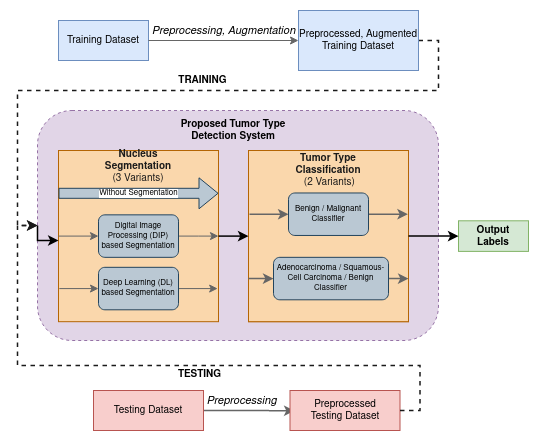
Earlier version of the draw.io export figures/DrawIO/GraphicalAbstract.drawio.png (karthik-d/lung-tumor-classification). Source tidied: cells renumbered, new cells last; positions are measured from the earlier drawing's top-left corner, leaving out a move shared by most shapes. The source it was exported from:
```xml
<mxGraphModel>
  <root>
    <mxCell id="0" />
    <mxCell id="1" parent="0" />
    <mxCell id="2" style="rounded=1;whiteSpace=wrap;html=1;labelBackgroundColor=none;fontFamily=Helvetica;fontSize=10;dashed=1;fillColor=#e1d5e7;strokeColor=#9673a6;" parent="1" vertex="1">
      <mxGeometry y="100" width="401" height="230" as="geometry" />
    </mxCell>
    <mxCell id="3" value="&lt;p style=&quot;line-height: 0.6; font-size: 10px;&quot;&gt;&lt;font style=&quot;font-size: 10px;&quot;&gt;Training Dataset&lt;br style=&quot;font-size: 10px;&quot;&gt;&lt;/font&gt;&lt;/p&gt;" style="rounded=0;whiteSpace=wrap;html=1;fontFamily=Helvetica;fontSize=10;fillColor=#dae8fc;strokeColor=#6c8ebf;" parent="1" vertex="1">
      <mxGeometry x="21" y="10" width="90" height="40" as="geometry" />
    </mxCell>
    <mxCell id="4" style="edgeStyle=orthogonalEdgeStyle;rounded=0;jettySize=auto;html=1;exitX=1;exitY=0.5;exitDx=0;exitDy=0;entryX=0;entryY=0.5;entryDx=0;entryDy=0;fontFamily=Helvetica;fontSize=10;fontColor=#000000;startArrow=none;startFill=0;endArrow=classic;endFill=1;strokeWidth=1.5;dashed=1;strokeColor=#1A1A1A;" parent="1" edge="1" source="6" target="2">
      <mxGeometry relative="1" as="geometry" />
    </mxCell>
    <mxCell id="5" value="&lt;font style=&quot;font-size: 10px&quot;&gt;TRAINING&lt;/font&gt;" style="edgeLabel;html=1;align=center;verticalAlign=middle;fontSize=10;fontFamily=Helvetica;fontColor=default;fontStyle=1;" parent="4" vertex="1">
      <mxGeometry x="-0.34" y="3" relative="1" as="geometry">
        <mxPoint x="-93" y="-13" as="offset" />
      </mxGeometry>
    </mxCell>
    <mxCell id="6" value="Preprocessed, Augmented Training Dataset" style="rounded=0;whiteSpace=wrap;html=1;fontFamily=Helvetica;fontSize=10;fillColor=#dae8fc;strokeColor=#6c8ebf;" parent="1" vertex="1">
      <mxGeometry x="261" width="120" height="60" as="geometry" />
    </mxCell>
    <mxCell id="7" style="edgeStyle=orthogonalEdgeStyle;rounded=0;jettySize=auto;html=1;fontFamily=Georgia;fontSize=6;fillColor=#f5f5f5;strokeColor=#666666;" parent="1" edge="1" source="3" target="6">
      <mxGeometry relative="1" as="geometry" />
    </mxCell>
    <mxCell id="8" style="edgeStyle=orthogonalEdgeStyle;rounded=0;jettySize=auto;html=1;exitX=1;exitY=0.5;exitDx=0;exitDy=0;entryX=1;entryY=0.5;entryDx=0;entryDy=0;fontFamily=Helvetica;fontSize=10;fillColor=#f5f5f5;strokeColor=#666666;" parent="1" edge="1" source="30">
      <mxGeometry relative="1" as="geometry">
        <mxPoint x="350" y="190" as="targetPoint" />
        <Array as="points">
          <mxPoint x="330" y="190.4" />
          <mxPoint x="370" y="189.4" />
        </Array>
      </mxGeometry>
    </mxCell>
    <mxCell id="9" style="edgeStyle=orthogonalEdgeStyle;rounded=0;jettySize=auto;html=1;exitX=1;exitY=0.5;exitDx=0;exitDy=0;entryX=1;entryY=0.5;entryDx=0;entryDy=0;fontFamily=Helvetica;fontSize=10;fillColor=#f5f5f5;strokeColor=#666666;" parent="1" edge="1" source="33">
      <mxGeometry relative="1" as="geometry">
        <mxPoint x="350" y="250.6" as="targetPoint" />
        <Array as="points">
          <mxPoint x="330" y="251" />
          <mxPoint x="370" y="250" />
        </Array>
      </mxGeometry>
    </mxCell>
    <mxCell id="10" value="&lt;div&gt;&lt;font&gt;&lt;b&gt;Output&lt;/b&gt;&lt;/font&gt;&lt;/div&gt;&lt;div&gt;&lt;font&gt;&lt;b&gt;Labels&lt;/b&gt;&lt;/font&gt;&lt;/div&gt;" style="rounded=0;whiteSpace=wrap;html=1;fontFamily=Helvetica;fontSize=10;fillColor=#d5e8d4;strokeColor=#82b366;fontColor=#000000;" parent="1" vertex="1">
      <mxGeometry x="421" y="210.3" width="70" height="30.6" as="geometry" />
    </mxCell>
    <mxCell id="11" value="&lt;font style=&quot;font-size: 11px&quot;&gt;&lt;i&gt;Preprocessing&lt;/i&gt;&lt;/font&gt;" style="edgeStyle=orthogonalEdgeStyle;rounded=0;jettySize=auto;html=1;fontFamily=Helvetica;fontSize=10;fontColor=default;startArrow=none;startFill=0;endArrow=classic;endFill=1;strokeColor=#666666;strokeWidth=1.5;exitX=1;exitY=0.5;exitDx=0;exitDy=0;" parent="1" edge="1" source="12">
      <mxGeometry x="-0.18" y="10" relative="1" as="geometry">
        <mxPoint x="257" y="400.3" as="targetPoint" />
      </mxGeometry>
    </mxCell>
    <mxCell id="12" value="Testing Dataset" style="rounded=0;whiteSpace=wrap;html=1;fontFamily=Helvetica;fontSize=10;fillColor=#f8cecc;strokeColor=#b85450;" parent="1" vertex="1">
      <mxGeometry x="56" y="380" width="110" height="40" as="geometry" />
    </mxCell>
    <mxCell id="13" value="&lt;b&gt;Proposed Tumor Type Detection System&lt;/b&gt;" style="text;html=1;strokeColor=none;fillColor=none;align=center;verticalAlign=middle;whiteSpace=wrap;rounded=0;dashed=1;labelBackgroundColor=none;fontFamily=Helvetica;fontSize=10;fontColor=#000000;" parent="1" vertex="1">
      <mxGeometry x="132.5" y="100" width="128.5" height="40" as="geometry" />
    </mxCell>
    <mxCell id="14" value="&lt;font style=&quot;font-size: 11px&quot;&gt;&lt;i&gt;Preprocessing, Augmentation&lt;/i&gt;&lt;/font&gt;" style="text;html=1;align=center;verticalAlign=middle;strokeColor=none;fillColor=none;fontSize=10;fontFamily=Helvetica;fontColor=#000000;" parent="1" vertex="1">
      <mxGeometry x="106" y="10" width="160" height="20" as="geometry" />
    </mxCell>
    <mxCell id="15" style="group;" parent="1" vertex="1">
      <mxGeometry x="21" y="140" width="180" height="171.2" as="geometry" />
    </mxCell>
    <mxCell id="16" style="rounded=0;whiteSpace=wrap;html=1;fontFamily=Georgia;fontSize=6;fillColor=#fad7ac;strokeColor=#b46504;" parent="15" vertex="1">
      <mxGeometry width="160" height="171.2" as="geometry" />
    </mxCell>
    <mxCell id="17" value="Without Segmentation" style="shape=flexArrow;endArrow=classic;html=1;rounded=0;fontFamily=Helvetica;fontSize=8;exitX=0;exitY=0.25;exitDx=0;exitDy=0;entryX=1;entryY=0.25;entryDx=0;entryDy=0;fillColor=#bac8d3;strokeColor=#23445d;" parent="15" edge="1" source="16" target="16">
      <mxGeometry relative="1" as="geometry" />
    </mxCell>
    <mxCell id="18" style="edgeStyle=orthogonalEdgeStyle;rounded=0;jettySize=auto;html=1;exitX=1;exitY=0.5;exitDx=0;exitDy=0;entryX=1;entryY=0.5;entryDx=0;entryDy=0;fontFamily=Helvetica;fontSize=10;fillColor=#f5f5f5;strokeColor=#666666;" parent="15" edge="1" source="19" target="16">
      <mxGeometry relative="1" as="geometry">
        <Array as="points">
          <mxPoint x="140" y="86" />
          <mxPoint x="180" y="85" />
        </Array>
      </mxGeometry>
    </mxCell>
    <mxCell id="19" value="Digital Image Processing (DIP) based Segmentation" style="rounded=1;whiteSpace=wrap;html=1;labelBackgroundColor=none;fontFamily=Helvetica;fontSize=8;fillColor=#bac8d3;strokeColor=#23445d;" parent="15" vertex="1">
      <mxGeometry x="40" y="64.3" width="80" height="42.5" as="geometry" />
    </mxCell>
    <mxCell id="20" style="edgeStyle=orthogonalEdgeStyle;rounded=0;jettySize=auto;html=1;exitX=1;exitY=0.5;exitDx=0;exitDy=0;entryX=0.995;entryY=0.808;entryDx=0;entryDy=0;entryPerimeter=0;fontFamily=Helvetica;fontSize=10;fillColor=#f5f5f5;strokeColor=#666666;" parent="15" edge="1" source="22" target="16">
      <mxGeometry relative="1" as="geometry" />
    </mxCell>
    <mxCell id="21" style="edgeStyle=orthogonalEdgeStyle;rounded=0;jettySize=auto;html=1;exitX=0;exitY=0.5;exitDx=0;exitDy=0;entryX=0.005;entryY=0.801;entryDx=0;entryDy=0;entryPerimeter=0;fontFamily=Helvetica;fontSize=10;endArrow=none;endFill=0;startArrow=classic;startFill=1;fillColor=#f5f5f5;strokeColor=#666666;" parent="15" edge="1" source="22" target="16">
      <mxGeometry relative="1" as="geometry" />
    </mxCell>
    <mxCell id="22" value="Deep Learning (DL) based Segmentation" style="rounded=1;whiteSpace=wrap;html=1;labelBackgroundColor=none;fontFamily=Helvetica;fontSize=8;fillColor=#bac8d3;strokeColor=#23445d;" parent="15" vertex="1">
      <mxGeometry x="40" y="116.8" width="80" height="42.5" as="geometry" />
    </mxCell>
    <mxCell id="23" value="&lt;div&gt;&lt;b&gt;Nucleus Segmentation&lt;/b&gt;&lt;/div&gt;(3 Variants)" style="text;html=1;strokeColor=none;fillColor=none;align=center;verticalAlign=middle;whiteSpace=wrap;rounded=0;labelBackgroundColor=none;fontFamily=Helvetica;fontSize=10;fontColor=#1A1A1A;" parent="15" vertex="1">
      <mxGeometry x="50" width="60" height="31.9" as="geometry" />
    </mxCell>
    <mxCell id="24" style="endArrow=classic;html=1;rounded=0;fontFamily=Helvetica;fontSize=10;exitX=0;exitY=0.5;exitDx=0;exitDy=0;entryX=0;entryY=0.5;entryDx=0;entryDy=0;fillColor=#f5f5f5;strokeColor=#666666;" parent="15" edge="1" source="16" target="19">
      <mxGeometry relative="1" as="geometry" />
    </mxCell>
    <mxCell id="25" style="group;fillColor=#fad7ac;strokeColor=#b46504;fontColor=#1A1A1A;" parent="1" vertex="1">
      <mxGeometry x="211" y="140" width="160" height="171.2" as="geometry" />
    </mxCell>
    <mxCell id="26" style="rounded=0;whiteSpace=wrap;html=1;fontFamily=Georgia;fontSize=6;fillColor=#fad7ac;strokeColor=#b46504;" parent="25" vertex="1">
      <mxGeometry width="160" height="171.2" as="geometry" />
    </mxCell>
    <mxCell id="27" value="&lt;b&gt;Tumor Type Classification&lt;br&gt;&lt;/b&gt;&amp;nbsp;(2 Variants)" style="text;html=1;strokeColor=none;fillColor=none;align=center;verticalAlign=middle;whiteSpace=wrap;rounded=0;labelBackgroundColor=none;fontFamily=Helvetica;fontSize=10;fontColor=#1A1A1A;" parent="25" vertex="1">
      <mxGeometry x="50" y="4" width="60" height="31.9" as="geometry" />
    </mxCell>
    <mxCell id="28" style="edgeStyle=orthogonalEdgeStyle;rounded=0;jettySize=auto;html=1;exitX=0;exitY=0.5;exitDx=0;exitDy=0;entryX=0.006;entryY=0.372;entryDx=0;entryDy=0;entryPerimeter=0;fontFamily=Helvetica;fontSize=10;fontColor=#000000;startArrow=classic;startFill=1;endArrow=none;endFill=0;strokeColor=#666666;strokeWidth=1.5;" parent="25" edge="1" source="30" target="26">
      <mxGeometry relative="1" as="geometry" />
    </mxCell>
    <mxCell id="29" style="edgeStyle=orthogonalEdgeStyle;rounded=0;jettySize=auto;html=1;exitX=1;exitY=0.5;exitDx=0;exitDy=0;entryX=0.996;entryY=0.376;entryDx=0;entryDy=0;entryPerimeter=0;fontFamily=Helvetica;fontSize=10;fontColor=#000000;startArrow=none;startFill=0;endArrow=classic;endFill=1;strokeColor=#666666;strokeWidth=1.5;" parent="25" edge="1" source="30" target="26">
      <mxGeometry relative="1" as="geometry" />
    </mxCell>
    <mxCell id="30" value="Benign / Malignant Classifier" style="rounded=1;whiteSpace=wrap;html=1;labelBackgroundColor=none;fontFamily=Helvetica;fontSize=8;fillColor=#bac8d3;strokeColor=#23445d;" parent="25" vertex="1">
      <mxGeometry x="40" y="42.5" width="80" height="42.5" as="geometry" />
    </mxCell>
    <mxCell id="31" style="edgeStyle=orthogonalEdgeStyle;rounded=0;jettySize=auto;html=1;exitX=0;exitY=0.5;exitDx=0;exitDy=0;entryX=0;entryY=0.75;entryDx=0;entryDy=0;fontFamily=Helvetica;fontSize=10;fontColor=#000000;startArrow=classic;startFill=1;endArrow=none;endFill=0;strokeColor=#666666;strokeWidth=1.5;" parent="25" edge="1" source="33" target="26">
      <mxGeometry relative="1" as="geometry" />
    </mxCell>
    <mxCell id="32" style="edgeStyle=orthogonalEdgeStyle;rounded=0;jettySize=auto;html=1;exitX=1;exitY=0.5;exitDx=0;exitDy=0;entryX=1;entryY=0.75;entryDx=0;entryDy=0;fontFamily=Helvetica;fontSize=10;fontColor=#000000;startArrow=none;startFill=0;endArrow=classic;endFill=1;strokeColor=#666666;strokeWidth=1.5;" parent="25" edge="1" source="33" target="26">
      <mxGeometry relative="1" as="geometry" />
    </mxCell>
    <mxCell id="33" value="&lt;div&gt;Adenocarcinoma / Squamous-Cell Carcinoma / Benign &lt;br&gt;&lt;/div&gt;&lt;div&gt;Classifier&lt;/div&gt;" style="rounded=1;whiteSpace=wrap;html=1;labelBackgroundColor=none;fontFamily=Helvetica;fontSize=8;fillColor=#bac8d3;strokeColor=#23445d;" parent="25" vertex="1">
      <mxGeometry x="25" y="106.8" width="115" height="42.5" as="geometry" />
    </mxCell>
    <mxCell id="34" value="&lt;div&gt;Preprocessed &lt;br&gt;&lt;/div&gt;&lt;div&gt;Testing Dataset&lt;/div&gt;" style="rounded=0;whiteSpace=wrap;html=1;fontFamily=Helvetica;fontSize=10;fillColor=#f8cecc;strokeColor=#b85450;" parent="1" vertex="1">
      <mxGeometry x="252.5" y="380" width="110" height="40" as="geometry" />
    </mxCell>
    <mxCell id="35" style="edgeStyle=orthogonalEdgeStyle;rounded=0;jettySize=auto;html=1;exitX=1;exitY=0.5;exitDx=0;exitDy=0;fontFamily=Helvetica;fontSize=10;fontColor=#000000;startArrow=none;startFill=0;endArrow=classic;endFill=1;strokeWidth=1.5;dashed=1;strokeColor=#1A1A1A;entryX=0;entryY=0.5;entryDx=0;entryDy=0;" parent="1" edge="1" source="34" target="2">
      <mxGeometry relative="1" as="geometry" />
    </mxCell>
    <mxCell id="36" value="TESTING" style="edgeLabel;html=1;align=center;verticalAlign=middle;fontSize=10;fontFamily=Helvetica;fontColor=default;fontStyle=1;" parent="35" vertex="1">
      <mxGeometry x="-0.34" y="3" relative="1" as="geometry">
        <mxPoint x="-79" y="6" as="offset" />
      </mxGeometry>
    </mxCell>
    <mxCell id="37" style="edgeStyle=orthogonalEdgeStyle;rounded=0;jettySize=auto;html=1;exitX=1;exitY=0.5;exitDx=0;exitDy=0;entryX=0;entryY=0.5;entryDx=0;entryDy=0;labelBackgroundColor=#7EA6E0;fontFamily=Helvetica;fontSize=10;fontColor=#000000;startArrow=none;startFill=0;endArrow=classic;endFill=1;strokeColor=#000000;strokeWidth=1.5;" parent="1" edge="1" source="16" target="26">
      <mxGeometry relative="1" as="geometry" />
    </mxCell>
    <mxCell id="38" style="edgeStyle=orthogonalEdgeStyle;rounded=0;jettySize=auto;html=1;exitX=1;exitY=0.5;exitDx=0;exitDy=0;entryX=0;entryY=0.5;entryDx=0;entryDy=0;labelBackgroundColor=#7EA6E0;fontFamily=Helvetica;fontSize=10;fontColor=#000000;startArrow=none;startFill=0;endArrow=classic;endFill=1;strokeColor=#000000;strokeWidth=1.5;" parent="1" edge="1" source="26" target="10">
      <mxGeometry relative="1" as="geometry" />
    </mxCell>
    <mxCell id="39" style="edgeStyle=orthogonalEdgeStyle;rounded=0;jettySize=auto;html=1;exitX=0;exitY=0.5;exitDx=0;exitDy=0;labelBackgroundColor=#7EA6E0;fontFamily=Helvetica;fontSize=11;fontColor=#000000;startArrow=none;startFill=0;endArrow=classic;endFill=1;strokeColor=#000000;strokeWidth=1.5;" parent="1" edge="1" source="2">
      <mxGeometry relative="1" as="geometry">
        <mxPoint x="21" y="230" as="targetPoint" />
        <Array as="points">
          <mxPoint y="230" />
        </Array>
      </mxGeometry>
    </mxCell>
  </root>
</mxGraphModel>
```
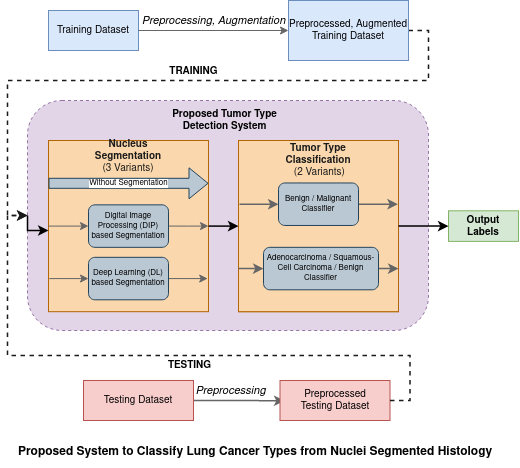
After the commit.

The edit, as a diff of the source:
```diff
@@ -144,5 +144,8 @@
         </Array>
       </mxGeometry>
     </mxCell>
+    <mxCell id="40" value="&lt;font style=&quot;font-size: 12px&quot;&gt;&lt;b&gt;Proposed System to Classify Lung Cancer Types from Nuclei Segmented Histology&lt;/b&gt;&lt;/font&gt;" style="text;html=1;strokeColor=none;fillColor=none;align=center;verticalAlign=middle;whiteSpace=wrap;rounded=0;" parent="1" vertex="1">
+      <mxGeometry x="-27" y="437" width="510" height="30" as="geometry" />
+    </mxCell>
   </root>
 </mxGraphModel>
```
